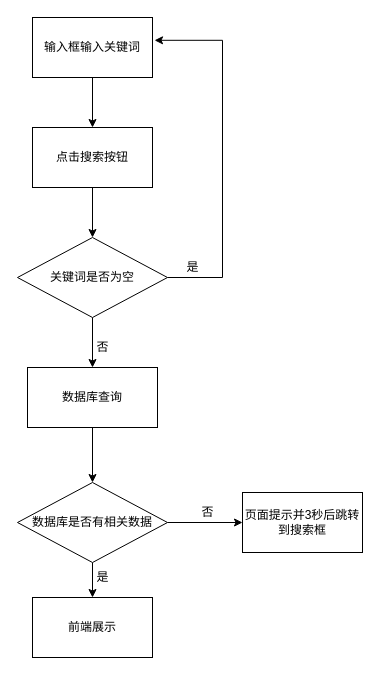
This is 资讯搜索流程图.drawio from stormwasd/draw_io, a draw.io file, before an edit. Source tidied: cells renumbered, new cells numbered last; positions are measured from the earlier drawing's top-left corner, leaving out a move shared by most shapes. Both pictures are drawn from the tidied source at 100%, with x=0, y=0 at pixel (17, 17).
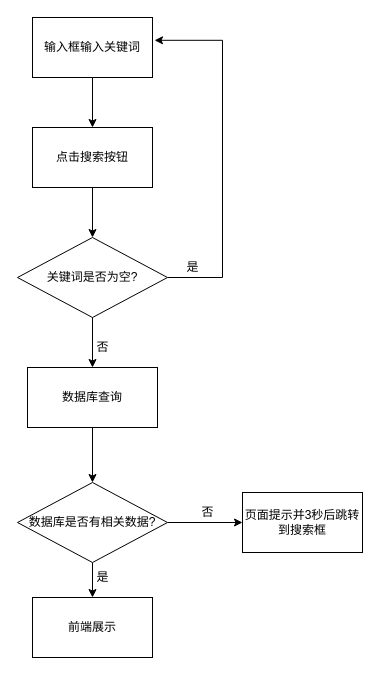
The same page after the edit.

Commit message:
Update 资讯搜索流程图.drawio

The edit, as a diff of the source:
```diff
@@
-    <mxCell id="6" value="关键词是否为空" style="rhombus;whiteSpace=wrap;html=1;" parent="1" vertex="1">
+    <mxCell id="6" value="关键词是否为空?" style="rhombus;whiteSpace=wrap;html=1;" parent="1" vertex="1">
       <mxGeometry y="220" width="150" height="80" as="geometry" />
     </mxCell>
@@
-    <mxCell id="15" value="数据库是否有相关数据" style="rhombus;whiteSpace=wrap;html=1;" parent="1" vertex="1">
+    <mxCell id="15" value="数据库是否有相关数据?" style="rhombus;whiteSpace=wrap;html=1;" parent="1" vertex="1">
       <mxGeometry y="465" width="150" height="80" as="geometry" />
     </mxCell>
```
